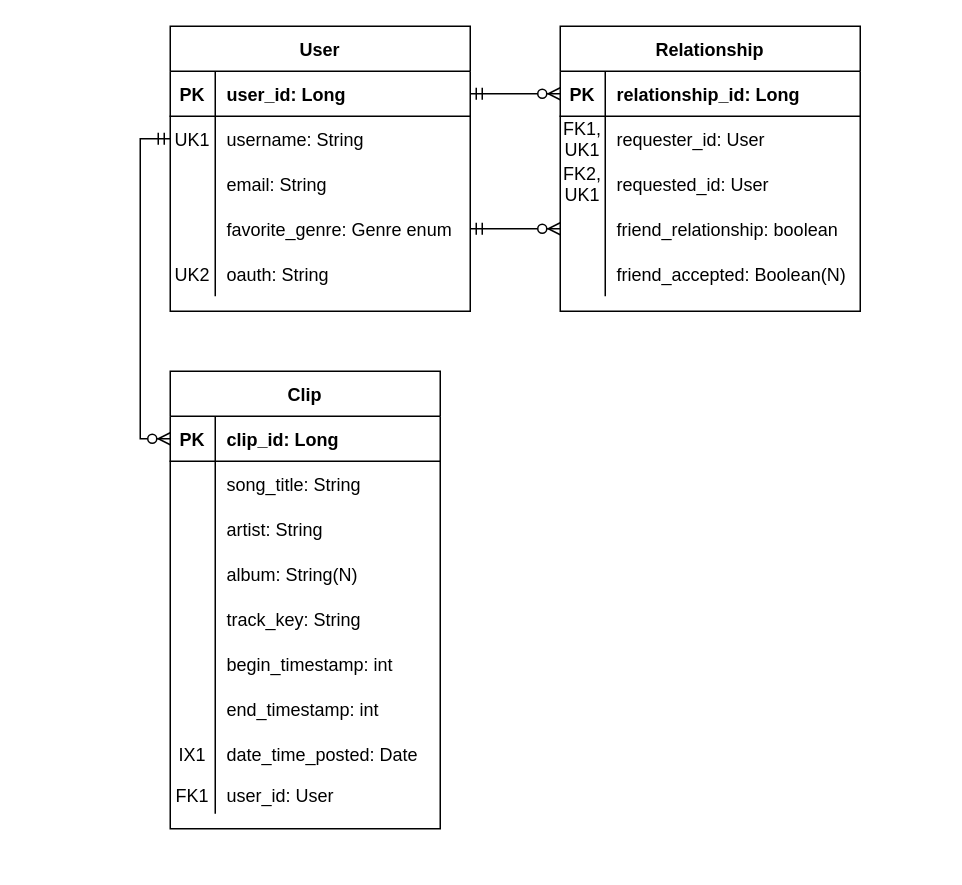
tunefull/tunefull.github.io keeps this draw.io diagram as docs/work/erd.drawio. Above is the earlier version. Source tidied: cells renumbered, new cells numbered last; positions are measured from the earlier drawing's top-left corner, leaving out a move shared by most shapes. Both pictures are drawn from the tidied source at 150%, with x=0, y=0 at pixel (170, 26).
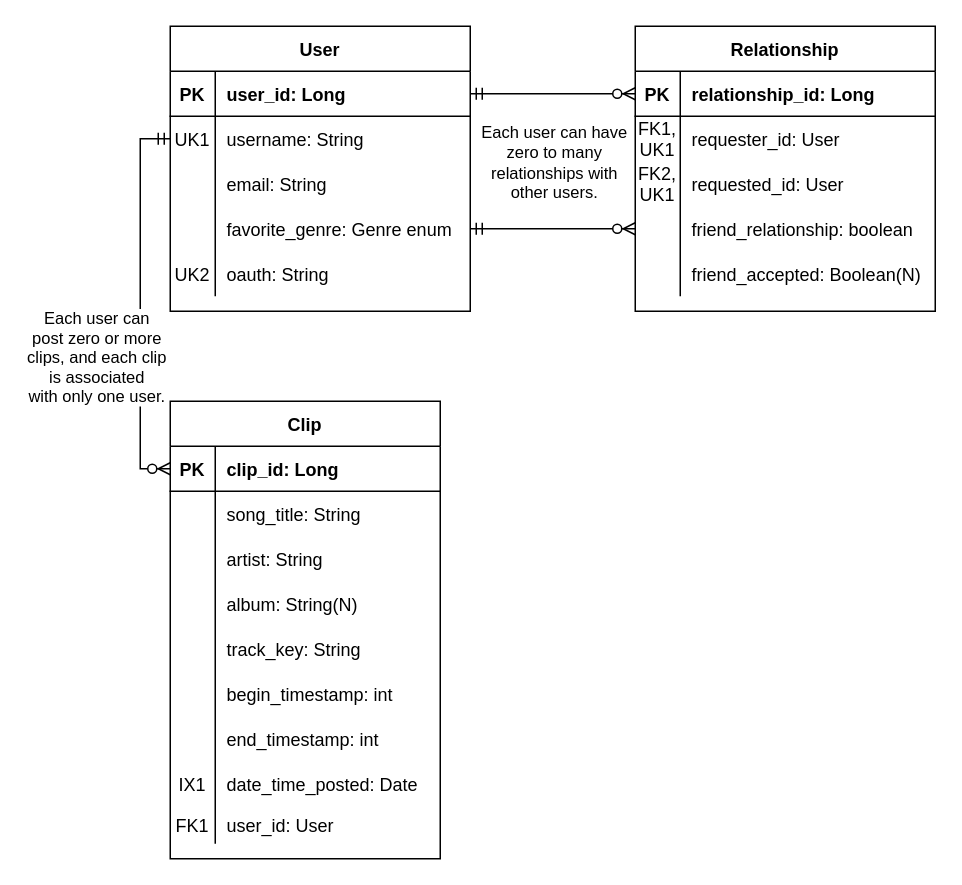
The same page after the edit.

Commit message (it also covers changes not shown here):
Edited ERD with the annotations that got lost.

The change refers to these unchanged cells:
```xml
<mxCell id="3" style="edgeStyle=orthogonalEdgeStyle;rounded=0;jettySize=auto;html=1;startArrow=ERzeroToMany;startFill=1;endArrow=ERmandOne;endFill=0;exitX=0;exitY=0.5;exitDx=0;exitDy=0;" parent="1" edge="1" source="22" target="6">
  <mxGeometry relative="1" as="geometry" />
</mxCell>
<mxCell id="4" style="edgeStyle=orthogonalEdgeStyle;rounded=0;jettySize=auto;html=1;exitX=0;exitY=0.5;exitDx=0;exitDy=0;startArrow=ERzeroToMany;startFill=1;endArrow=ERmandOne;endFill=0;entryX=0;entryY=0.5;entryDx=0;entryDy=0;" parent="1" edge="1" source="38" target="9">
  <mxGeometry relative="1" as="geometry" />
</mxCell>
```

Change to the diagram source:
```diff
@@
+    <mxCell id="65" value="Each user can have&lt;br&gt;zero to many &lt;br&gt;relationships with&lt;br&gt;other users." style="edgeLabel;html=1;align=center;verticalAlign=middle;" parent="3" vertex="1">
+      <mxGeometry x="-0.2" y="-1" relative="1" as="geometry">
+        <mxPoint x="-11" y="46" as="offset" />
+      </mxGeometry>
+    </mxCell>
@@
+    <mxCell id="66" value="Each user can &lt;br&gt;post zero or more &lt;br&gt;clips, and each clip &lt;br&gt;is associated &lt;br&gt;with only one user." style="edgeLabel;html=1;align=center;verticalAlign=middle;" parent="4" vertex="1">
+      <mxGeometry x="-0.3" y="3" relative="1" as="geometry">
+        <mxPoint x="-27" y="-4" as="offset" />
+      </mxGeometry>
+    </mxCell>
@@
     <mxCell id="21" value="Relationship" style="shape=table;startSize=30;childLayout=tableLayout;rowLines=0;fontStyle=1;align=center;" parent="1" vertex="1">
-      <mxGeometry x="260" width="200" height="190" as="geometry" />
+      <mxGeometry x="310" width="200" height="190" as="geometry" />
     </mxCell>
@@
     <mxCell id="37" value="Clip" style="shape=table;startSize=30;childLayout=tableLayout;rowLines=0;fontStyle=1;align=center;" parent="1" vertex="1">
-      <mxGeometry y="230" width="180" height="305" as="geometry" />
+      <mxGeometry y="250" width="180" height="305" as="geometry" />
     </mxCell>
```
